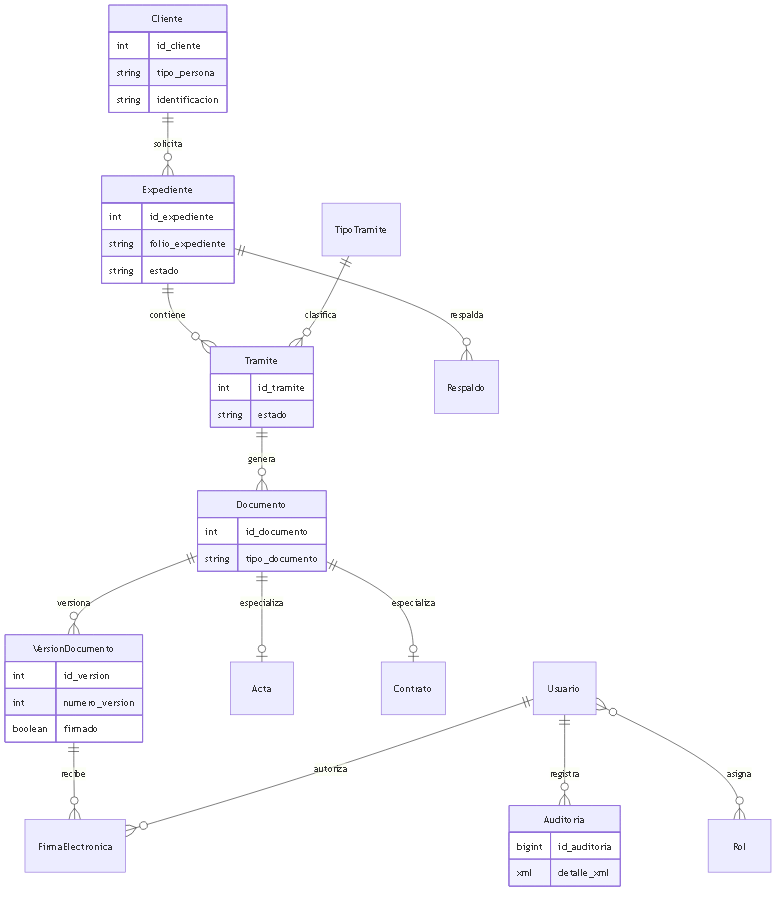
Edbeto13/sistema-gestion-notarial-juridica keeps this Mermaid diagram as 04-Actividad-Modelo-ER/diagramas/er_notaria.png. Above is the earlier version. Its source is kept beside it as 04-Actividad-Modelo-ER/diagramas/er_notaria.mmd. Source of this version:
```mermaid
erDiagram
    Cliente ||--o{ Expediente : solicita
    Expediente ||--o{ Tramite : contiene
    TipoTramite ||--o{ Tramite : clasifica
    Tramite ||--o{ Documento : genera
    Documento ||--o{ VersionDocumento : versiona
    Documento ||--o| Acta : especializa
    Documento ||--o| Contrato : especializa
    VersionDocumento ||--o{ FirmaElectronica : recibe
    Usuario ||--o{ FirmaElectronica : autoriza
    Usuario ||--o{ Auditoria : registra
    Usuario }o--o{ Rol : asigna
    Expediente ||--o{ Respaldo : respalda

    Cliente {
        int id_cliente PK
        string tipo_persona
        string nombre_razon
        string identificacion UK
        string correo
        string telefono
        boolean activo
    }
    Expediente {
        int id_expediente PK
        string folio_expediente UK
        int id_cliente FK
        datetime fecha_apertura
        string estado
    }
    TipoTramite {
        int id_tipo_tramite PK
        string codigo UK
        string nombre
    }
    Tramite {
        int id_tramite PK
        int id_expediente FK
        int id_tipo_tramite FK
        string estado
        datetime fecha_inicio
        datetime fecha_cierre
    }
    Documento {
        int id_documento PK
        int id_tramite FK
        string tipo_documento
        string titulo
        string ruta_archivo
    }
    VersionDocumento {
        int id_version PK
        int id_documento FK
        int numero_version
        string hash_documento
        boolean firmado
    }
    Acta {
        int id_documento PK_FK
        string numero_acta UK
        string tipo_acta
        string lugar_celebracion
    }
    Contrato {
        int id_documento PK_FK
        decimal monto
        string moneda
        date vigencia_inicio
        date vigencia_fin
    }
    Usuario {
        int id_usuario PK
        string login_usuario UK
        string certificado_serial
        boolean certificado_vigente
    }
    Rol {
        int id_rol PK
        string nombre_rol UK
    }
    FirmaElectronica {
        int id_firma PK
        int id_version FK
        int id_usuario FK
        string certificado_serial
    }
    Auditoria {
        bigint id_auditoria PK
        int id_usuario FK
        string tabla_afectada
        string operacion
        xml detalle_xml
        datetime fecha_evento
    }
    Respaldo {
        int id_respaldo PK
        int id_expediente FK
        string ruta_respaldo
        string checksum_archivo
    }
```
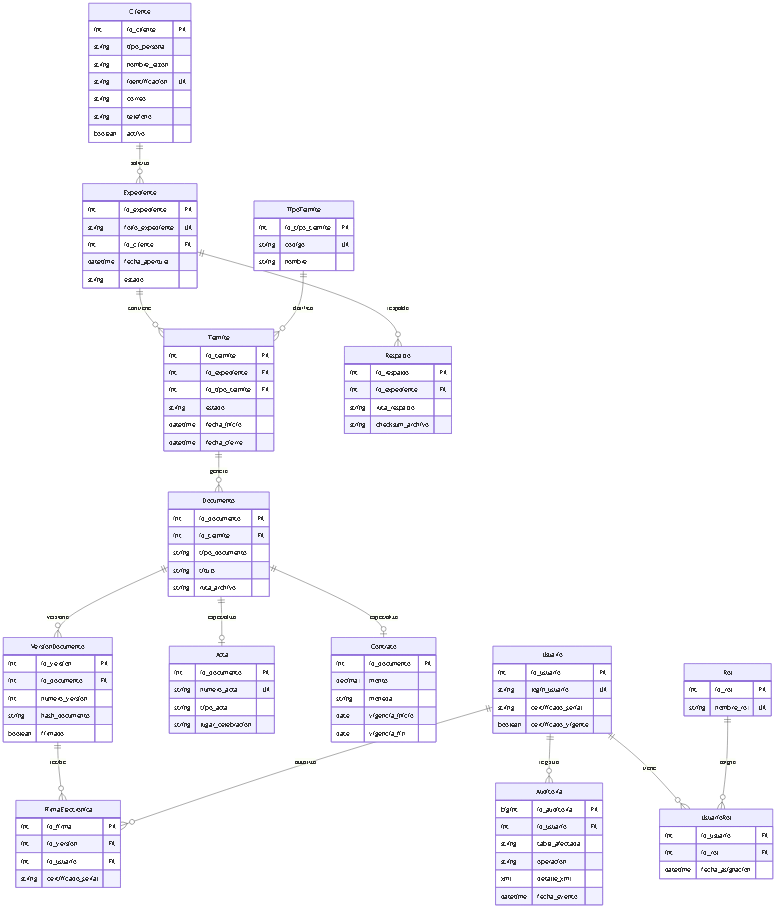
After the commit.

Diff of the diagram source:
```diff
@@ -9,7 +9,8 @@
     VersionDocumento ||--o{ FirmaElectronica : recibe
     Usuario ||--o{ FirmaElectronica : autoriza
     Usuario ||--o{ Auditoria : registra
-    Usuario }o--o{ Rol : asigna
+    Usuario ||--o{ UsuarioRol : tiene
+    Rol ||--o{ UsuarioRol : asigna
     Expediente ||--o{ Respaldo : respalda
 
     Cliente {
@@ -56,13 +57,13 @@
         boolean firmado
     }
     Acta {
-        int id_documento PK_FK
+        int id_documento PK
         string numero_acta UK
         string tipo_acta
         string lugar_celebracion
     }
     Contrato {
-        int id_documento PK_FK
+        int id_documento PK
         decimal monto
         string moneda
         date vigencia_inicio
@@ -77,6 +78,11 @@
     Rol {
         int id_rol PK
         string nombre_rol UK
+    }
+    UsuarioRol {
+        int id_usuario FK
+        int id_rol FK
+        datetime fecha_asignacion
     }
     FirmaElectronica {
         int id_firma PK
```
